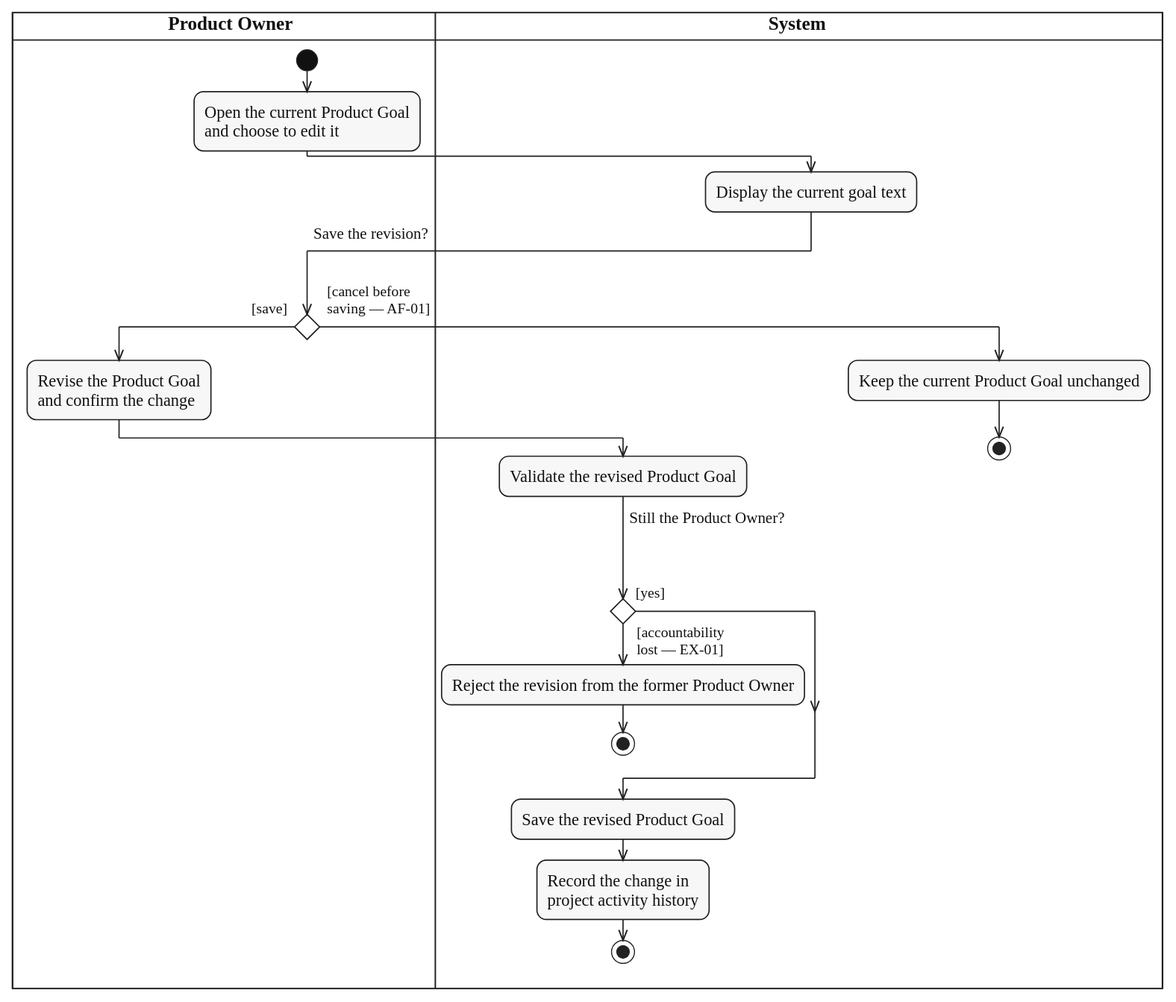
Before: diagrams/activity/product-backlog/svg/UC-PRODUCT-GOAL-UPDATE.svg, a diagram exported from PlantUML (lukenab/swd392-doc-automation). Its source is kept beside it as diagrams/activity/product-backlog/source/UC-PRODUCT-GOAL-UPDATE.puml. Source of this version:
```plantuml
@startuml UC-PRODUCT-GOAL-UPDATE
!include ../../_shared/activity-style.puml

|PRO| $lane_title("Product Owner")
|SYS| $lane_title("System")

|PRO|
start
:Open the current Product Goal
and choose to edit it;
|SYS|
:Display the current goal text;
|PRO|
if ($question_x("Save the revision?")) then ($guard_left("[save]"))
  :Revise the Product Goal
  and confirm the change;
  |SYS|
  :Validate the revised Product Goal;
  if ($question_x("Still the Product Owner?")) then ($guard_left("[yes]"))
  else ($guard_right("[accountability", "lost — EX-01]"))
    :Reject the revision from the former Product Owner;
    stop
  endif
  :Save the revised Product Goal;
  :Record the change in
  project activity history;
  stop
else ($guard_right("[cancel before", "saving — AF-01]"))
  |SYS|
  :Keep the current Product Goal unchanged;
  stop
endif
@enduml
```
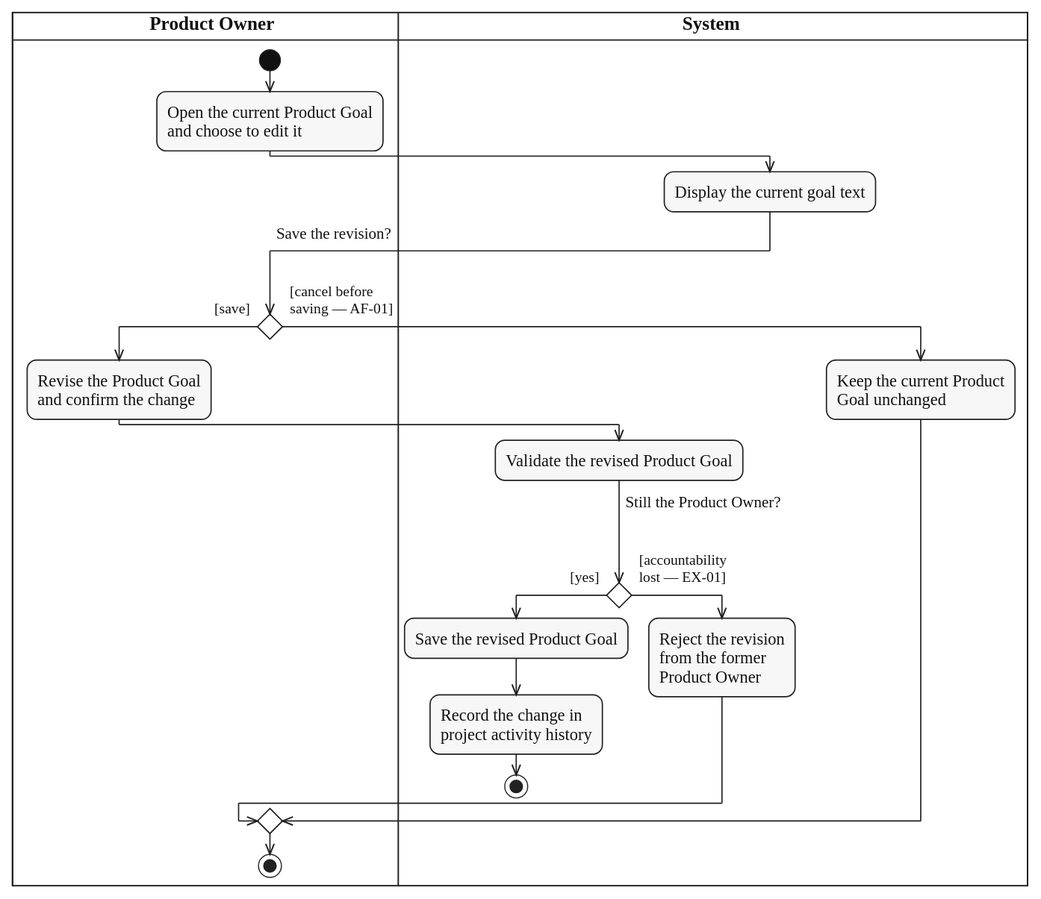
The same diagram one commit later.

Commit message:
docs(activity): fix partitions, added text and end nodes in product backlog diagrams

Change to the diagram source:
```diff
@@ -1,6 +1,5 @@
 @startuml UC-PRODUCT-GOAL-UPDATE
 !include ../../_shared/activity-style.puml
-
 |PRO| $lane_title("Product Owner")
 |SYS| $lane_title("System")
 
@@ -17,17 +16,20 @@
   |SYS|
   :Validate the revised Product Goal;
   if ($question_x("Still the Product Owner?")) then ($guard_left("[yes]"))
+    :Save the revised Product Goal;
+    :Record the change in
+    project activity history;
+    stop
   else ($guard_right("[accountability", "lost — EX-01]"))
-    :Reject the revision from the former Product Owner;
-    stop
+    :Reject the revision
+    from the former
+    Product Owner;
   endif
-  :Save the revised Product Goal;
-  :Record the change in
-  project activity history;
-  stop
 else ($guard_right("[cancel before", "saving — AF-01]"))
   |SYS|
-  :Keep the current Product Goal unchanged;
-  stop
+  :Keep the current Product
+  Goal unchanged;
 endif
+|PRO|
+stop
 @enduml
```
